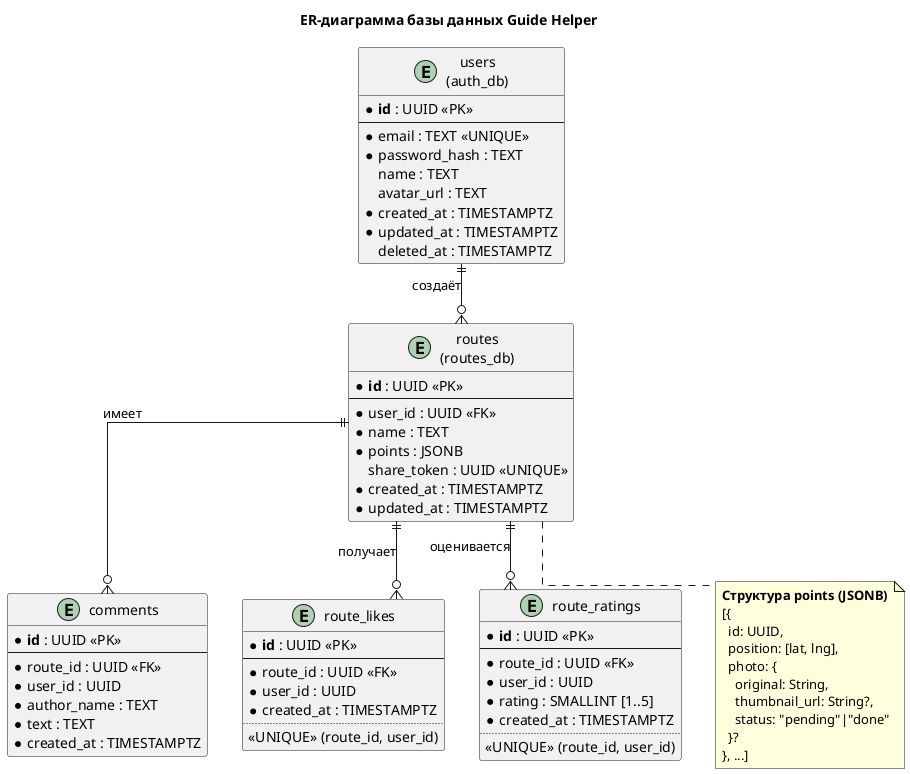
Above: doc/latex/images/er-diagram.png in jaennil/guide_helper (PlantUML), before the change. The source it was exported from:
```plantuml
@startuml er-diagram

title ER-диаграмма базы данных Guide Helper

skinparam linetype ortho

entity "users\n(auth_db)" as users {
  * **id** : UUID <<PK>>
  --
  * email : TEXT <<UNIQUE>>
  * password_hash : TEXT
    name : TEXT
    avatar_url : TEXT
  * created_at : TIMESTAMPTZ
  * updated_at : TIMESTAMPTZ
    deleted_at : TIMESTAMPTZ
}

entity "routes\n(routes_db)" as routes {
  * **id** : UUID <<PK>>
  --
  * user_id : UUID <<FK>>
  * name : TEXT
  * points : JSONB
    share_token : UUID <<UNIQUE>>
  * created_at : TIMESTAMPTZ
  * updated_at : TIMESTAMPTZ
}

entity "comments" as comments {
  * **id** : UUID <<PK>>
  --
  * route_id : UUID <<FK>>
  * user_id : UUID
  * author_name : TEXT
  * text : TEXT
  * created_at : TIMESTAMPTZ
}

entity "route_likes" as likes {
  * **id** : UUID <<PK>>
  --
  * route_id : UUID <<FK>>
  * user_id : UUID
  * created_at : TIMESTAMPTZ
  ..
  <<UNIQUE>> (route_id, user_id)
}

entity "route_ratings" as ratings {
  * **id** : UUID <<PK>>
  --
  * route_id : UUID <<FK>>
  * user_id : UUID
  * rating : SMALLINT [1..5]
  * created_at : TIMESTAMPTZ
  ..
  <<UNIQUE>> (route_id, user_id)
}

note as points_json
  **Структура points (JSONB)**
  [{
    id: UUID,
    position: [lat, lng],
    photo: {
      original: String,
      thumbnail_url: String?,
      status: "pending"|"done"
    }?
  }, ...]
end note

routes .. points_json

users ||--o{ routes : "создаёт"
routes ||--o{ comments : "имеет"
routes ||--o{ likes : "получает"
routes ||--o{ ratings : "оценивается"

@enduml
```
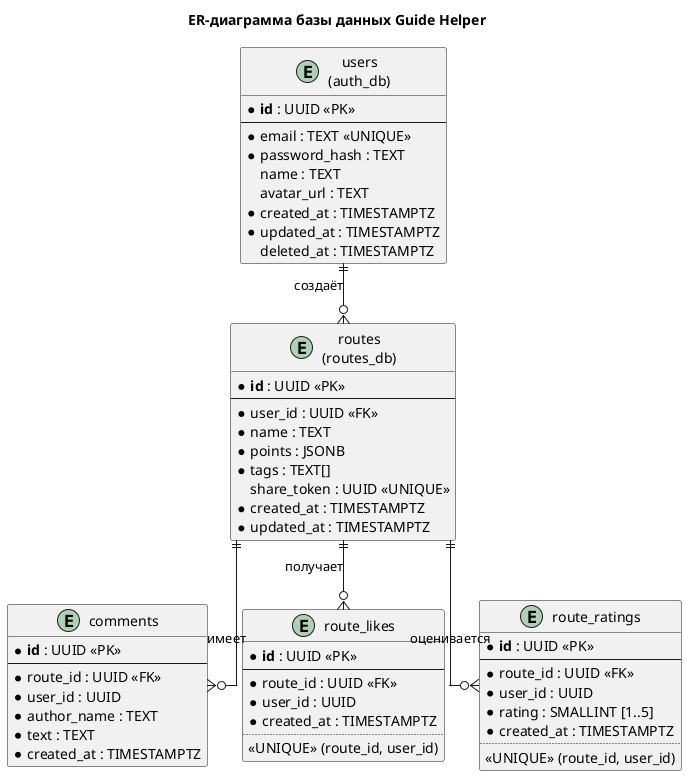
The same diagram one commit later.

Commit message:
docs: add tags column to ER diagram

Diff of the diagram source:
```diff
@@ -22,6 +22,7 @@
   * user_id : UUID <<FK>>
   * name : TEXT
   * points : JSONB
+  * tags : TEXT[]
     share_token : UUID <<UNIQUE>>
   * created_at : TIMESTAMPTZ
   * updated_at : TIMESTAMPTZ
@@ -58,21 +59,6 @@
   <<UNIQUE>> (route_id, user_id)
 }
 
-note as points_json
-  **Структура points (JSONB)**
-  [{
-    id: UUID,
-    position: [lat, lng],
-    photo: {
-      original: String,
-      thumbnail_url: String?,
-      status: "pending"|"done"
-    }?
-  }, ...]
-end note
-
-routes .. points_json
-
 users ||--o{ routes : "создаёт"
 routes ||--o{ comments : "имеет"
 routes ||--o{ likes : "получает"
```
